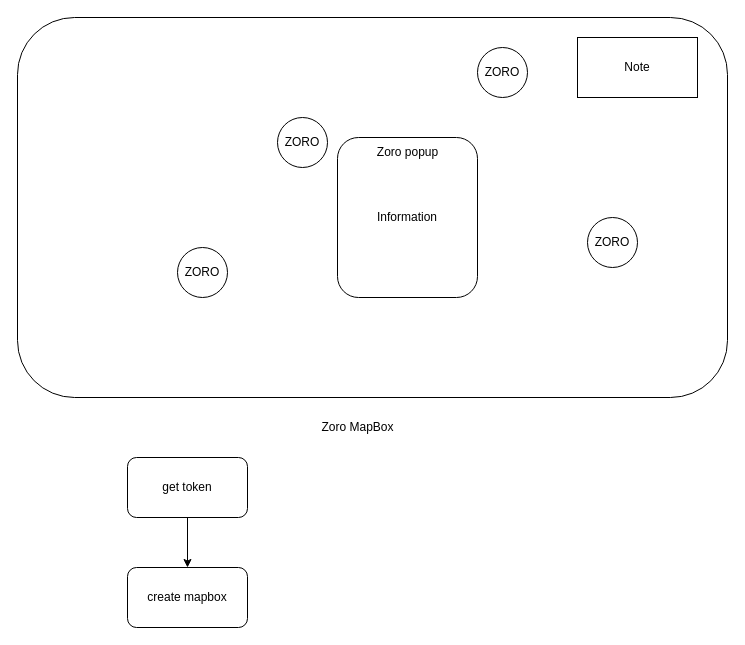
Earlier version of the draw.io diagram steps.drawio (BinhNguyen3790/zoro-mapbox). Source tidied: cells renumbered, new cells numbered last; positions are measured from the earlier drawing's top-left corner, leaving out a move shared by most shapes. Both pictures are drawn from the tidied source at 100%, with x=0, y=0 at pixel (17, 17).
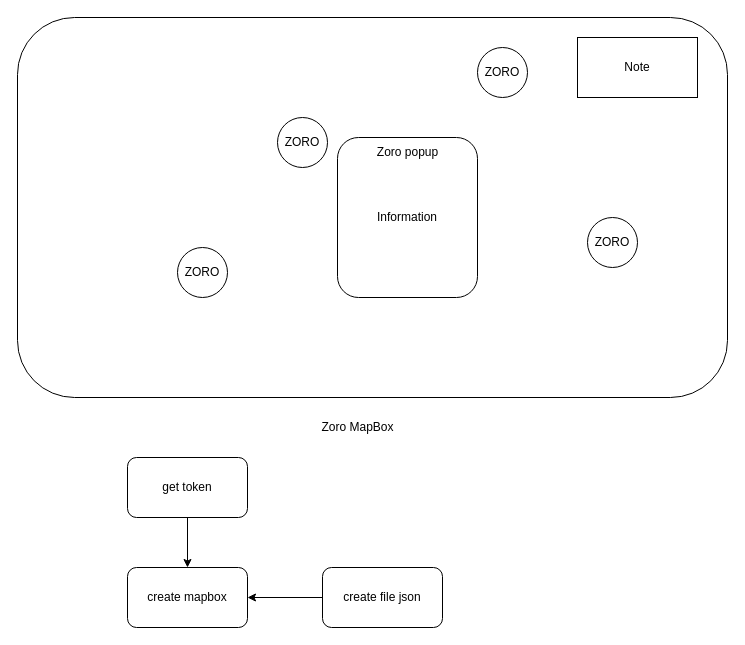
Above is the later version.

What changed in the source:
```diff
@@
 <mxGraphModel>
   <root>
     <mxCell id="0" />
     <mxCell id="1" parent="0" />
     <mxCell id="2" style="rounded=1;whiteSpace=wrap;html=1;fontStyle=1;" parent="1" vertex="1">
       <mxGeometry width="710" height="380" as="geometry" />
     </mxCell>
     <mxCell id="3" value="Zoro MapBox" style="text;html=1;align=center;verticalAlign=middle;strokeColor=none;fillColor=none;" parent="1" vertex="1">
       <mxGeometry x="290" y="395" width="100" height="30" as="geometry" />
     </mxCell>
     <mxCell id="4" value="ZORO" style="ellipse;whiteSpace=wrap;html=1;" parent="1" vertex="1">
       <mxGeometry x="260" y="100" width="50" height="50" as="geometry" />
     </mxCell>
     <mxCell id="5" value="Information" style="rounded=1;whiteSpace=wrap;html=1;" parent="1" vertex="1">
       <mxGeometry x="320" y="120" width="140" height="160" as="geometry" />
     </mxCell>
     <mxCell id="6" value="Zoro popup" style="text;html=1;align=center;verticalAlign=middle;strokeColor=none;fillColor=none;" parent="1" vertex="1">
       <mxGeometry x="350" y="120" width="80" height="30" as="geometry" />
     </mxCell>
     <mxCell id="7" value="Note" style="whiteSpace=wrap;html=1;" parent="1" vertex="1">
       <mxGeometry x="560" y="20" width="120" height="60" as="geometry" />
     </mxCell>
     <mxCell id="8" value="ZORO" style="ellipse;whiteSpace=wrap;html=1;" parent="1" vertex="1">
       <mxGeometry x="160" y="230" width="50" height="50" as="geometry" />
     </mxCell>
     <mxCell id="9" value="ZORO" style="ellipse;whiteSpace=wrap;html=1;" parent="1" vertex="1">
       <mxGeometry x="570" y="200" width="50" height="50" as="geometry" />
     </mxCell>
     <mxCell id="10" value="ZORO" style="ellipse;whiteSpace=wrap;html=1;" parent="1" vertex="1">
       <mxGeometry x="460" y="30" width="50" height="50" as="geometry" />
     </mxCell>
     <mxCell id="11" value="create mapbox" style="rounded=1;whiteSpace=wrap;html=1;" parent="1" vertex="1">
       <mxGeometry x="110" y="550" width="120" height="60" as="geometry" />
     </mxCell>
     <mxCell id="12" value="get token" style="rounded=1;whiteSpace=wrap;html=1;" parent="1" vertex="1">
       <mxGeometry x="110" y="440" width="120" height="60" as="geometry" />
     </mxCell>
     <mxCell id="13" style="edgeStyle=none;jettySize=auto;html=1;entryX=0.5;entryY=0;entryDx=0;entryDy=0;exitX=0.5;exitY=1;exitDx=0;exitDy=0;" parent="1" edge="1" source="12" target="11">
       <mxGeometry relative="1" as="geometry" />
     </mxCell>
+    <mxCell id="14" value="create file json" style="rounded=1;whiteSpace=wrap;html=1;" parent="1" vertex="1">
+      <mxGeometry x="305" y="550" width="120" height="60" as="geometry" />
+    </mxCell>
+    <mxCell id="15" style="edgeStyle=none;jettySize=auto;html=1;entryX=1;entryY=0.5;entryDx=0;entryDy=0;exitX=0;exitY=0.5;exitDx=0;exitDy=0;" parent="1" edge="1" source="14" target="11">
+      <mxGeometry relative="1" as="geometry" />
+    </mxCell>
   </root>
 </mxGraphModel>
```
